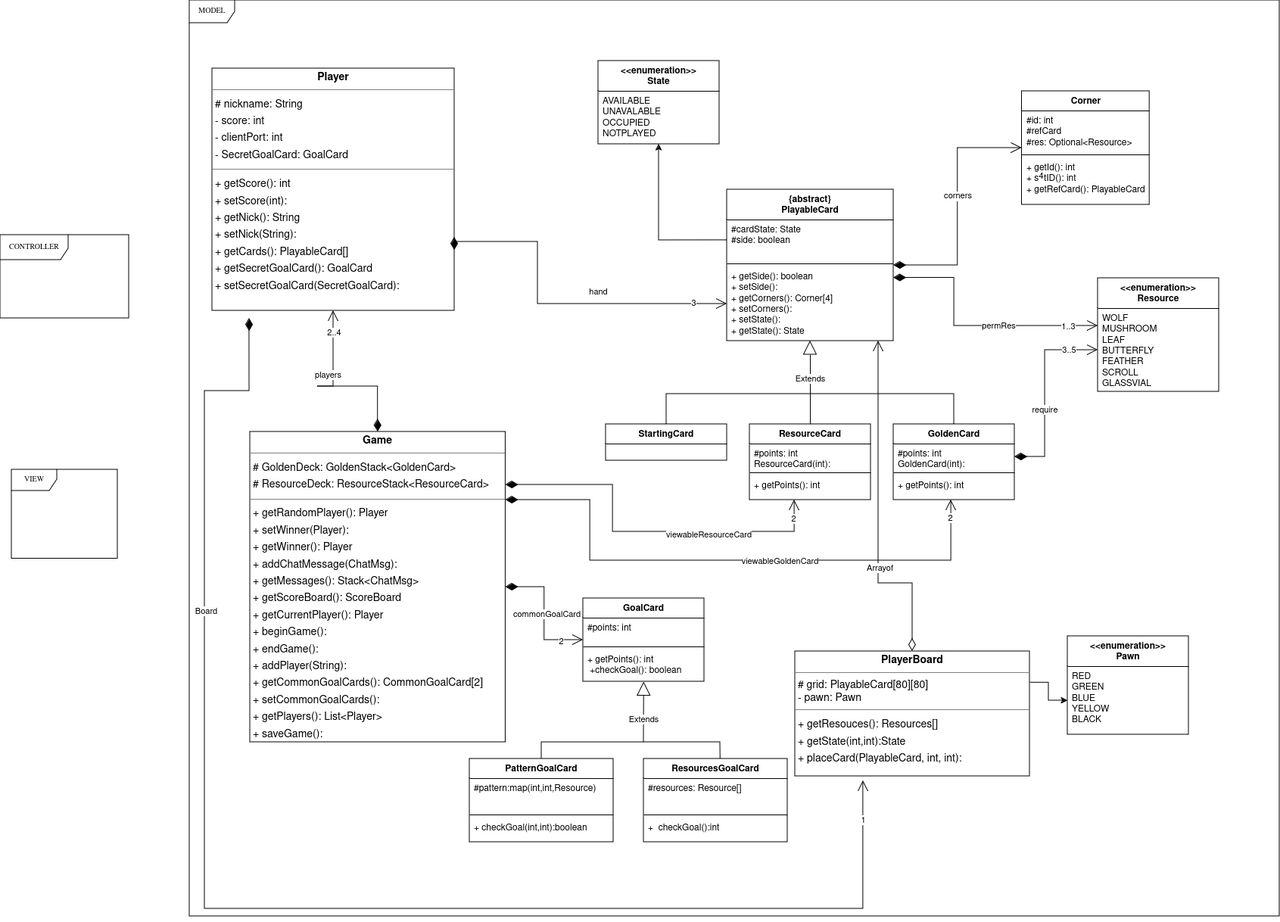
Above: UML method.png in RogerTWS02/ing-sw-2024-Esposito-Falzoni-Frisone-Grassi (draw.io), before the change. Source tidied: cells renumbered, new cells last; positions are measured from the earlier drawing's top-left corner, leaving out a move shared by most shapes.
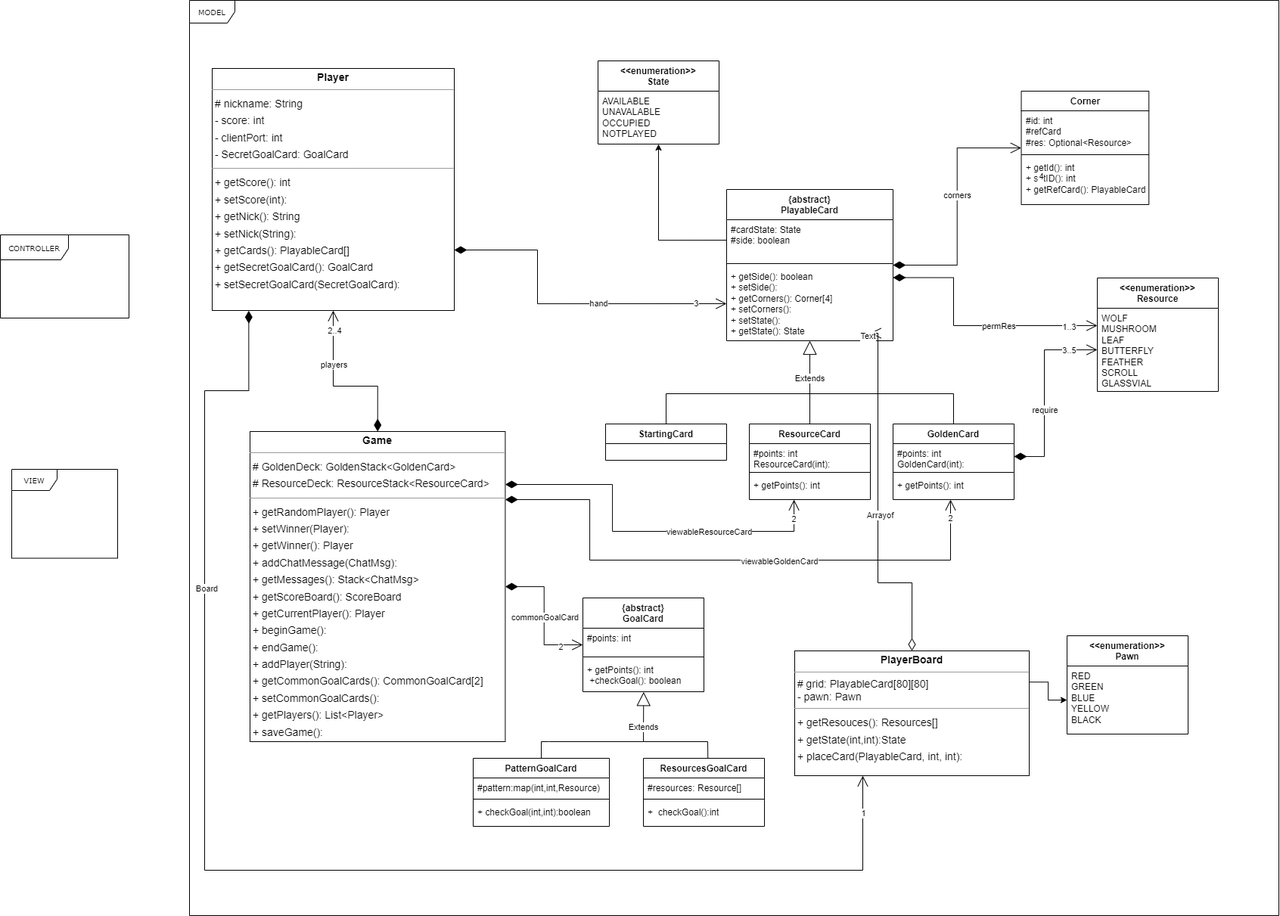
The same diagram one commit later.

The edit, as a diff of the source:
```diff
@@ -95,8 +95,8 @@
     <mxCell id="28" value="&lt;div style=&quot;text-align: center;&quot;&gt;&lt;br&gt;&lt;/div&gt;" style="endArrow=open;html=1;endSize=12;startArrow=diamondThin;startSize=14;startFill=1;edgeStyle=orthogonalEdgeStyle;align=left;verticalAlign=bottom;rounded=0;exitX=0.5;exitY=0;exitDx=0;exitDy=0;entryX=0.5;entryY=1;entryDx=0;entryDy=0;" parent="1" edge="1" source="17" target="23">
       <mxGeometry x="-0.01" y="-10" relative="1" as="geometry">
         <Array as="points">
-          <mxPoint x="419" y="510" />
-          <mxPoint x="447" y="510" />
+          <mxPoint x="499" y="510" />
+          <mxPoint x="440" y="510" />
         </Array>
         <mxPoint y="1" as="offset" />
       </mxGeometry>
@@ -188,7 +188,7 @@
     <mxCell id="48" value="&lt;div style=&quot;text-align: center;&quot;&gt;&lt;br&gt;&lt;/div&gt;" style="endArrow=open;html=1;endSize=12;startArrow=diamondThin;startSize=14;startFill=1;edgeStyle=orthogonalEdgeStyle;align=left;verticalAlign=bottom;rounded=0;exitX=1;exitY=0.75;exitDx=0;exitDy=0;entryX=0;entryY=0.5;entryDx=0;entryDy=0;" parent="1" edge="1" source="23" target="7">
       <mxGeometry x="-0.01" y="-10" relative="1" as="geometry">
         <Array as="points">
-          <mxPoint x="710" y="319" />
+          <mxPoint x="710" y="330" />
           <mxPoint x="710" y="401" />
         </Array>
         <mxPoint y="1" as="offset" />
@@ -219,7 +219,9 @@
       </mxGeometry>
     </mxCell>
     <mxCell id="53" value="viewableResourceCard" style="edgeLabel;html=1;align=center;verticalAlign=middle;" parent="51" vertex="1">
-      <mxGeometry x="0.36" y="-4" relative="1" as="geometry" />
+      <mxGeometry x="0.36" y="-4" relative="1" as="geometry">
+        <mxPoint y="-4" as="offset" />
+      </mxGeometry>
     </mxCell>
     <mxCell id="54" style="endArrow=open;html=1;endSize=12;startArrow=diamondThin;startSize=14;startFill=1;edgeStyle=orthogonalEdgeStyle;align=left;verticalAlign=bottom;rounded=0;" parent="1" edge="1" source="17" target="45">
       <mxGeometry x="-1" y="3" relative="1" as="geometry">
@@ -242,32 +244,32 @@
       <mxGeometry x="-1" y="3" relative="1" as="geometry" />
     </mxCell>
     <mxCell id="58" value="commonGoalCard" style="edgeLabel;html=1;align=center;verticalAlign=middle;" parent="57" vertex="1">
-      <mxGeometry y="3" relative="1" as="geometry" />
+      <mxGeometry y="3" relative="1" as="geometry">
+        <mxPoint x="-3" as="offset" />
+      </mxGeometry>
     </mxCell>
     <mxCell id="59" value="2" style="edgeLabel;html=1;align=center;verticalAlign=middle;" parent="57" vertex="1">
       <mxGeometry x="0.66" y="-2" relative="1" as="geometry" />
     </mxCell>
-    <mxCell id="60" value="GoalCard" style="swimlane;fontStyle=1;align=center;verticalAlign=top;horizontal=1;startSize=26;whiteSpace=wrap;html=1;" parent="1" vertex="1">
-      <mxGeometry x="770" y="790" width="160" height="110" as="geometry" />
+    <mxCell id="60" value="&lt;div&gt;{abstract}&lt;/div&gt;GoalCard" style="swimlane;fontStyle=1;align=center;verticalAlign=top;horizontal=1;startSize=40;whiteSpace=wrap;html=1;" parent="1" vertex="1">
+      <mxGeometry x="770" y="790" width="160" height="124" as="geometry" />
     </mxCell>
     <mxCell id="61" value="#points: int" style="text;strokeColor=none;fillColor=none;align=left;verticalAlign=top;spacingLeft=4;spacingRight=4;overflow=hidden;whiteSpace=wrap;html=1;" parent="60" vertex="1">
-      <mxGeometry y="26" width="160" height="34" as="geometry" />
+      <mxGeometry y="40" width="160" height="34" as="geometry" />
     </mxCell>
     <mxCell id="62" style="line;strokeWidth=1;fillColor=none;align=left;verticalAlign=middle;spacingTop=-1;spacingLeft=3;spacingRight=3;labelPosition=right;strokeColor=inherit;" parent="60" vertex="1">
-      <mxGeometry y="60" width="160" height="8" as="geometry" />
+      <mxGeometry y="74" width="160" height="8" as="geometry" />
     </mxCell>
     <mxCell id="63" value="+ getPoints(): int&lt;div&gt;&amp;nbsp;+checkGoal(): boolean&lt;br&gt;&lt;/div&gt;" style="text;strokeColor=none;fillColor=none;align=left;verticalAlign=top;spacingLeft=4;spacingRight=4;overflow=hidden;points=[[0,0.5],[1,0.5]];portConstraint=eastwest;whiteSpace=wrap;html=1;" parent="60" vertex="1">
-      <mxGeometry y="68" width="160" height="42" as="geometry" />
+      <mxGeometry y="82" width="160" height="42" as="geometry" />
     </mxCell>
-    <mxCell id="64" style="endArrow=open;html=1;endSize=12;startArrow=diamondThin;startSize=14;startFill=1;edgeStyle=orthogonalEdgeStyle;align=left;verticalAlign=bottom;rounded=0;exitX=0.153;exitY=1.013;exitDx=0;exitDy=0;exitPerimeter=0;entryX=0.29;entryY=1;entryDx=0;entryDy=0;entryPerimeter=0;" parent="1" edge="1">
+    <mxCell id="64" style="endArrow=open;html=1;endSize=12;startArrow=diamondThin;startSize=14;startFill=1;edgeStyle=orthogonalEdgeStyle;align=left;verticalAlign=bottom;rounded=0;exitX=0.151;exitY=1.001;exitDx=0;exitDy=0;exitPerimeter=0;" parent="1" edge="1" source="23" target="22">
       <mxGeometry x="0.9" y="-110" relative="1" as="geometry">
-        <mxPoint x="329" y="420" as="sourcePoint" />
-        <mxPoint x="1139.9" y="1030.8" as="targetPoint" />
         <Array as="points">
-          <mxPoint x="329" y="516" />
+          <mxPoint x="328" y="516" />
           <mxPoint x="270" y="516" />
-          <mxPoint x="270" y="1200" />
-          <mxPoint x="1140" y="1200" />
+          <mxPoint x="270" y="1150" />
+          <mxPoint x="1140" y="1150" />
         </Array>
       </mxGeometry>
     </mxCell>
@@ -280,8 +282,9 @@
     <mxCell id="67" value="Board" style="edgeLabel;html=1;align=center;verticalAlign=middle;" parent="64" vertex="1">
       <mxGeometry x="-0.53" y="2" relative="1" as="geometry" />
     </mxCell>
-    <mxCell id="68" style="endArrow=open;html=1;endSize=12;startArrow=diamondThin;startSize=14;startFill=0;edgeStyle=orthogonalEdgeStyle;align=left;verticalAlign=bottom;rounded=0;exitX=0.5;exitY=0;exitDx=0;exitDy=0;" parent="1" edge="1" source="22" target="7">
+    <mxCell id="68" style="endArrow=open;html=1;endSize=12;startArrow=diamondThin;startSize=14;startFill=0;edgeStyle=orthogonalEdgeStyle;align=left;verticalAlign=bottom;rounded=0;exitX=0.5;exitY=0;exitDx=0;exitDy=0;" parent="1" edge="1" source="22">
       <mxGeometry x="-0.42" y="-10" relative="1" as="geometry">
+        <mxPoint x="1150" y="440" as="targetPoint" />
         <Array as="points">
           <mxPoint x="1205" y="770" />
           <mxPoint x="1160" y="770" />
@@ -289,31 +292,38 @@
       </mxGeometry>
     </mxCell>
     <mxCell id="69" value="Arrayof" style="edgeLabel;html=1;align=center;verticalAlign=middle;" parent="68" vertex="1">
-      <mxGeometry x="-0.32" y="-2" relative="1" as="geometry" />
+      <mxGeometry x="-0.32" y="-2" relative="1" as="geometry">
+        <mxPoint y="-63" as="offset" />
+      </mxGeometry>
     </mxCell>
+    <mxCell id="80" value="Text" style="edgeLabel;html=1;align=center;verticalAlign=middle;" parent="68" vertex="1">
+      <mxGeometry x="1" y="5" relative="1" as="geometry">
+        <mxPoint x="-4" y="-2" as="offset" />
+      </mxGeometry>
+    </mxCell>
     <mxCell id="70" value="PatternGoalCard" style="swimlane;fontStyle=1;align=center;verticalAlign=top;horizontal=1;startSize=26;whiteSpace=wrap;html=1;" parent="1" vertex="1">
-      <mxGeometry x="620" y="1002" width="190" height="110" as="geometry" />
+      <mxGeometry x="625" y="1002" width="180" height="90" as="geometry" />
     </mxCell>
     <mxCell id="71" value="&lt;div&gt;#pattern:map(int,int,Resource)&lt;/div&gt;" style="text;strokeColor=none;fillColor=none;align=left;verticalAlign=top;spacingLeft=4;spacingRight=4;overflow=hidden;whiteSpace=wrap;html=1;" parent="70" vertex="1">
-      <mxGeometry y="26" width="190" height="44" as="geometry" />
+      <mxGeometry y="26" width="180" height="24" as="geometry" />
     </mxCell>
     <mxCell id="72" style="line;strokeWidth=1;fillColor=none;align=left;verticalAlign=middle;spacingTop=-1;spacingLeft=3;spacingRight=3;labelPosition=right;strokeColor=inherit;" parent="70" vertex="1">
-      <mxGeometry y="70" width="190" height="8" as="geometry" />
+      <mxGeometry y="50" width="180" height="8" as="geometry" />
     </mxCell>
     <mxCell id="73" value="+ checkGoal(int,int):boolean" style="text;strokeColor=none;fillColor=none;align=left;verticalAlign=top;spacingLeft=4;spacingRight=4;overflow=hidden;whiteSpace=wrap;html=1;" parent="70" vertex="1">
-      <mxGeometry y="78" width="190" height="32" as="geometry" />
+      <mxGeometry y="58" width="180" height="32" as="geometry" />
     </mxCell>
     <mxCell id="74" value="ResourcesGoalCard" style="swimlane;fontStyle=1;align=center;verticalAlign=top;horizontal=1;startSize=26;whiteSpace=wrap;html=1;" parent="1" vertex="1">
-      <mxGeometry x="850" y="1002" width="190" height="110" as="geometry" />
+      <mxGeometry x="850" y="1002" width="160" height="90" as="geometry" />
     </mxCell>
     <mxCell id="75" value="#resources: Resource[]" style="text;strokeColor=none;fillColor=none;align=left;verticalAlign=top;spacingLeft=4;spacingRight=4;overflow=hidden;whiteSpace=wrap;html=1;" parent="74" vertex="1">
-      <mxGeometry y="26" width="190" height="44" as="geometry" />
+      <mxGeometry y="26" width="160" height="24" as="geometry" />
     </mxCell>
     <mxCell id="76" style="line;strokeWidth=1;fillColor=none;align=left;verticalAlign=middle;spacingTop=-1;spacingLeft=3;spacingRight=3;labelPosition=right;strokeColor=inherit;" parent="74" vertex="1">
-      <mxGeometry y="70" width="190" height="8" as="geometry" />
+      <mxGeometry y="50" width="160" height="8" as="geometry" />
     </mxCell>
     <mxCell id="77" value="+&amp;nbsp; checkGoal():int " style="text;strokeColor=none;fillColor=none;align=left;verticalAlign=top;spacingLeft=4;spacingRight=4;overflow=hidden;whiteSpace=wrap;html=1;" parent="74" vertex="1">
-      <mxGeometry y="78" width="190" height="32" as="geometry" />
+      <mxGeometry y="58" width="160" height="32" as="geometry" />
     </mxCell>
     <mxCell id="78" value="Extends" style="endArrow=block;endSize=16;endFill=0;html=1;rounded=0;exitX=0.5;exitY=0;exitDx=0;exitDy=0;entryX=0.502;entryY=1.007;entryDx=0;entryDy=0;entryPerimeter=0;" parent="1" edge="1" source="70" target="63">
       <mxGeometry x="0.58" relative="1" as="geometry">
@@ -328,7 +338,6 @@
       <mxGeometry relative="1" as="geometry">
         <mxPoint x="850" y="980" as="targetPoint" />
         <Array as="points">
-          <mxPoint x="951" y="980" />
           <mxPoint x="935" y="980" />
         </Array>
       </mxGeometry>
```
